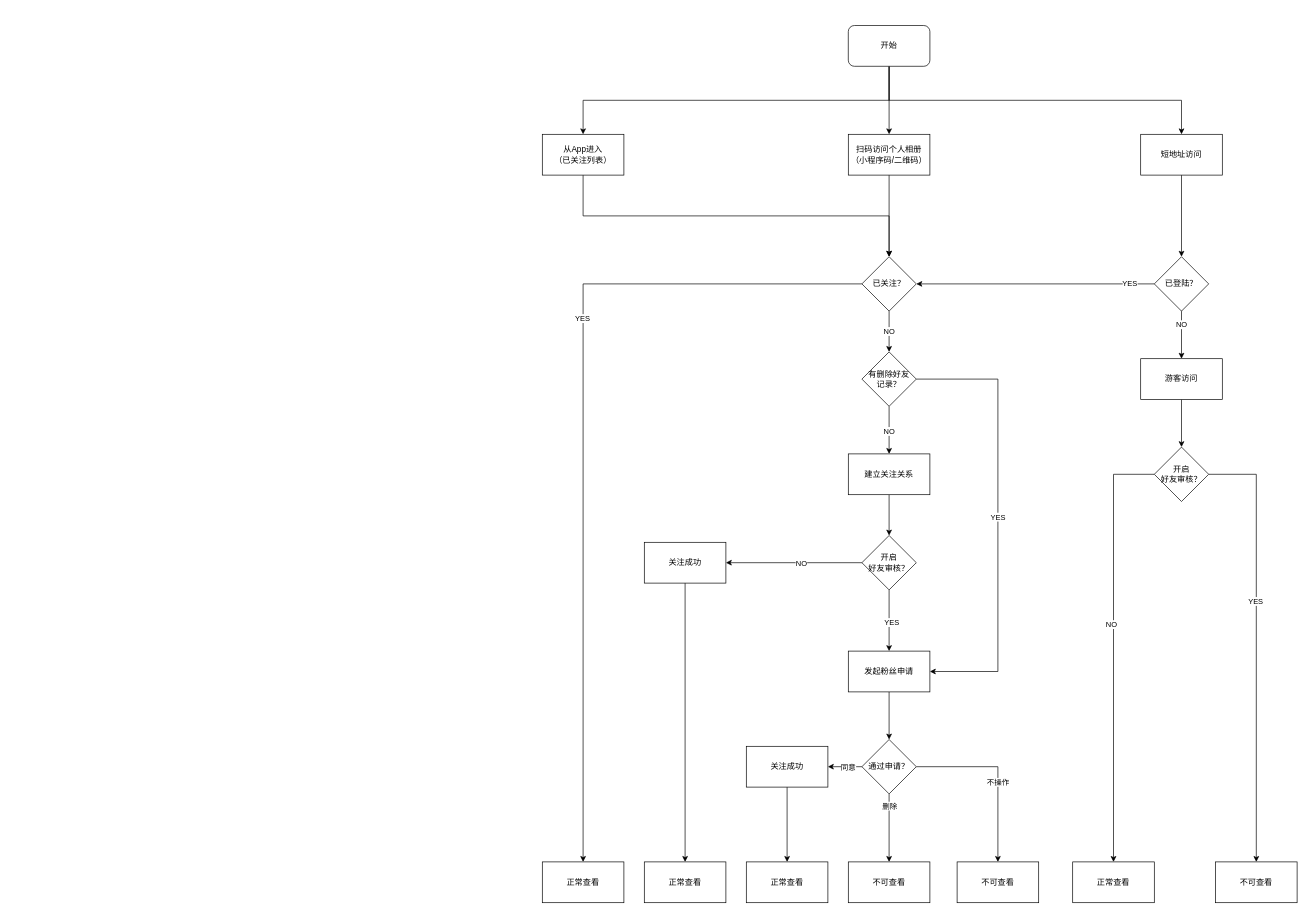
Earlier version of the draw.io diagram page "粉丝关注审核" (1 of 2) of 注销账号.drawio (greenstea/test). Source tidied: cells renumbered, new cells numbered last; positions are measured from the earlier drawing's top-left corner, leaving out a move shared by most shapes. Both pictures are drawn from the tidied source at 68%, with x=0, y=0 at pixel (542, 25).
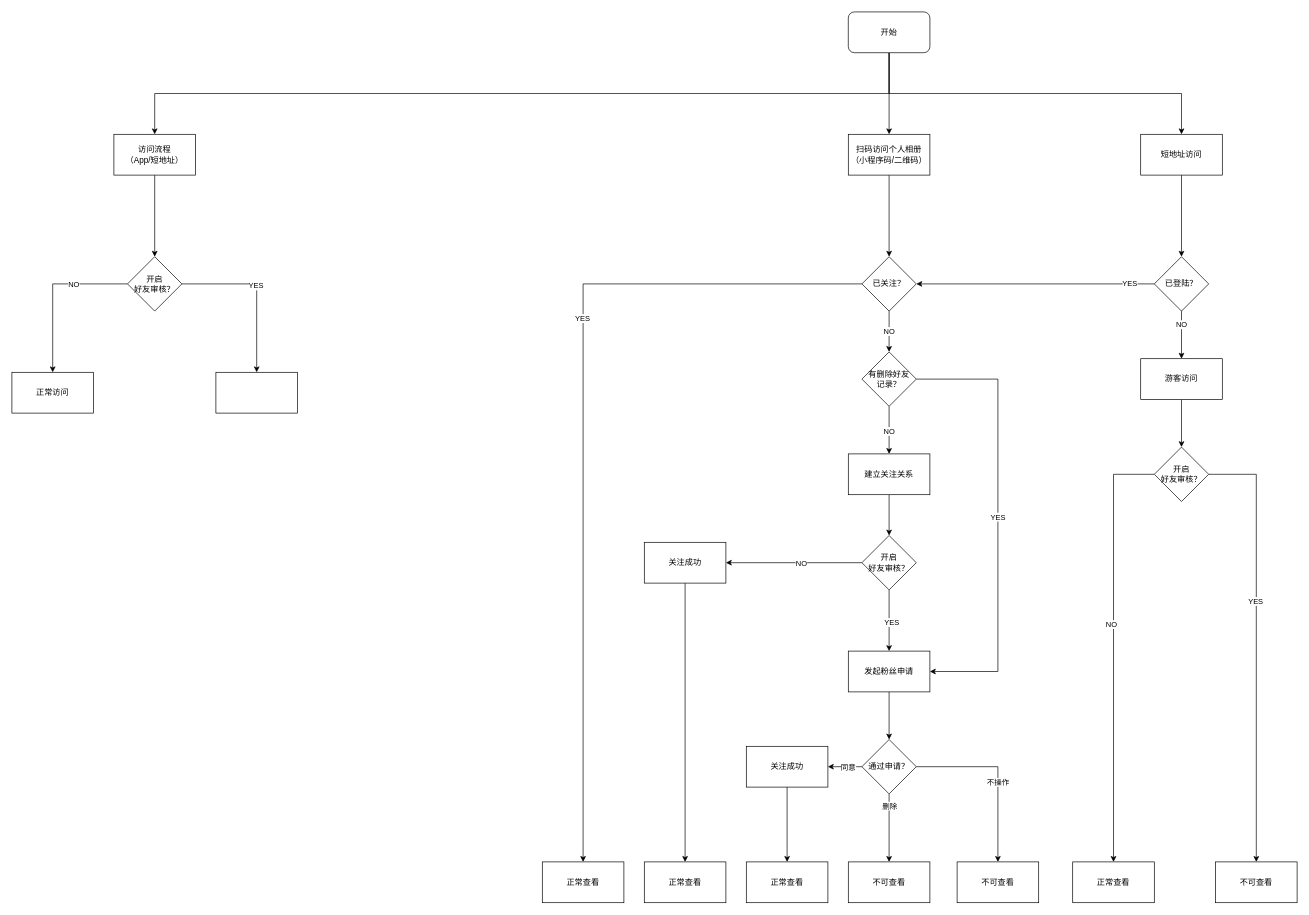
Above is the later version.

Unchanged cells that the change refers to:
```xml
<mxCell id="17" value="已关注？" style="rhombus;whiteSpace=wrap;html=1;rounded=0;" parent="1" vertex="1">
  <mxGeometry x="470" y="340" width="80" height="80" as="geometry" />
</mxCell>
```

Change to the diagram source:
```diff
@@
-    <mxCell id="4" style="edgeStyle=orthogonalEdgeStyle;rounded=0;jettySize=auto;html=1;exitX=0.5;exitY=1;exitDx=0;exitDy=0;" parent="1" edge="1" source="5" target="56">
-      <mxGeometry relative="1" as="geometry" />
-    </mxCell>
+    <mxCell id="61" style="edgeStyle=orthogonalEdgeStyle;rounded=0;jettySize=auto;html=1;entryX=0.5;entryY=0;entryDx=0;entryDy=0;exitX=0.5;exitY=1;exitDx=0;exitDy=0;" parent="1" edge="1" source="5" target="63">
+      <mxGeometry relative="1" as="geometry" />
+    </mxCell>
     <mxCell id="5" value="开始" style="rounded=1;whiteSpace=wrap;html=1;" parent="1" vertex="1">
-      <mxGeometry x="450" width="120" height="60" as="geometry" />
+      <mxGeometry x="450" y="-20" width="120" height="60" as="geometry" />
     </mxCell>
@@
-    <mxCell id="55" style="edgeStyle=orthogonalEdgeStyle;rounded=0;jettySize=auto;html=1;entryX=0.5;entryY=0;entryDx=0;entryDy=0;exitX=0.5;exitY=1;exitDx=0;exitDy=0;" parent="1" edge="1" source="56" target="17">
-      <mxGeometry relative="1" as="geometry" />
-    </mxCell>
-    <mxCell id="56" value="从App进入&lt;br&gt;（已关注列表）" style="rounded=0;whiteSpace=wrap;html=1;" parent="1" vertex="1">
-      <mxGeometry y="160" width="120" height="60" as="geometry" />
-    </mxCell>
@@
+    <mxCell id="62" style="edgeStyle=orthogonalEdgeStyle;rounded=0;jettySize=auto;html=1;" parent="1" edge="1" source="63" target="68">
+      <mxGeometry relative="1" as="geometry" />
+    </mxCell>
+    <mxCell id="63" value="访问流程&lt;br&gt;（App/短地址）" style="rounded=0;whiteSpace=wrap;html=1;" parent="1" vertex="1">
+      <mxGeometry x="-630" y="160" width="120" height="60" as="geometry" />
+    </mxCell>
+    <mxCell id="64" style="edgeStyle=orthogonalEdgeStyle;rounded=0;jettySize=auto;html=1;" parent="1" edge="1" source="68" target="69">
+      <mxGeometry relative="1" as="geometry" />
+    </mxCell>
+    <mxCell id="65" value="NO" style="edgeLabel;html=1;align=center;verticalAlign=middle;" parent="64" vertex="1">
+      <mxGeometry x="-0.33" relative="1" as="geometry" />
+    </mxCell>
+    <mxCell id="66" style="edgeStyle=orthogonalEdgeStyle;rounded=0;jettySize=auto;html=1;" parent="1" edge="1" source="68" target="70">
+      <mxGeometry relative="1" as="geometry" />
+    </mxCell>
+    <mxCell id="67" value="YES" style="edgeLabel;html=1;align=center;verticalAlign=middle;" parent="66" vertex="1">
+      <mxGeometry x="-0.07" y="-2" relative="1" as="geometry" />
+    </mxCell>
+    <mxCell id="68" value="&lt;span&gt;开启&lt;/span&gt;&lt;br&gt;&lt;span&gt;好友审核？&lt;/span&gt;" style="rhombus;whiteSpace=wrap;html=1;rounded=0;" parent="1" vertex="1">
+      <mxGeometry x="-610" y="340" width="80" height="80" as="geometry" />
+    </mxCell>
+    <mxCell id="69" value="正常访问" style="whiteSpace=wrap;html=1;rounded=0;" parent="1" vertex="1">
+      <mxGeometry x="-780" y="510" width="120" height="60" as="geometry" />
+    </mxCell>
+    <mxCell id="70" style="whiteSpace=wrap;html=1;rounded=0;" parent="1" vertex="1">
+      <mxGeometry x="-480" y="510" width="120" height="60" as="geometry" />
+    </mxCell>
```
